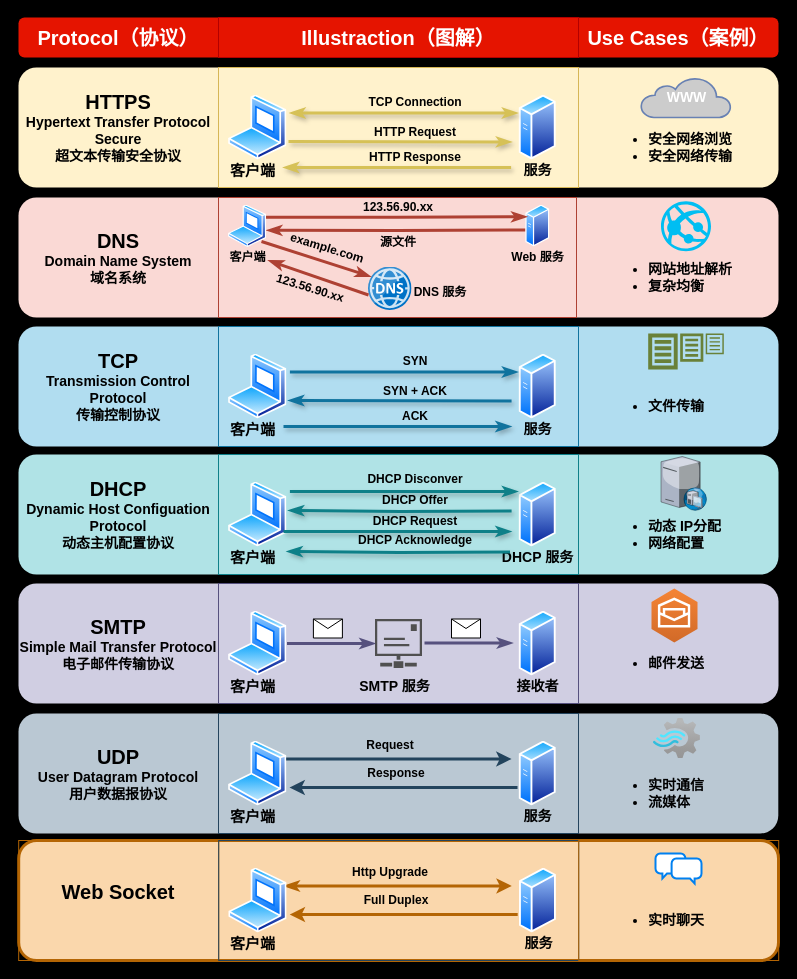
Above: networkingProtpcols.drawio in stevenlisw/drawio (draw.io), before the change. Source tidied: cells renumbered, new cells numbered last; positions are measured from the earlier drawing's top-left corner, leaving out a move shared by most shapes. Both pictures are drawn from the tidied source at 100%, with x=0, y=0 at pixel (18, 17).
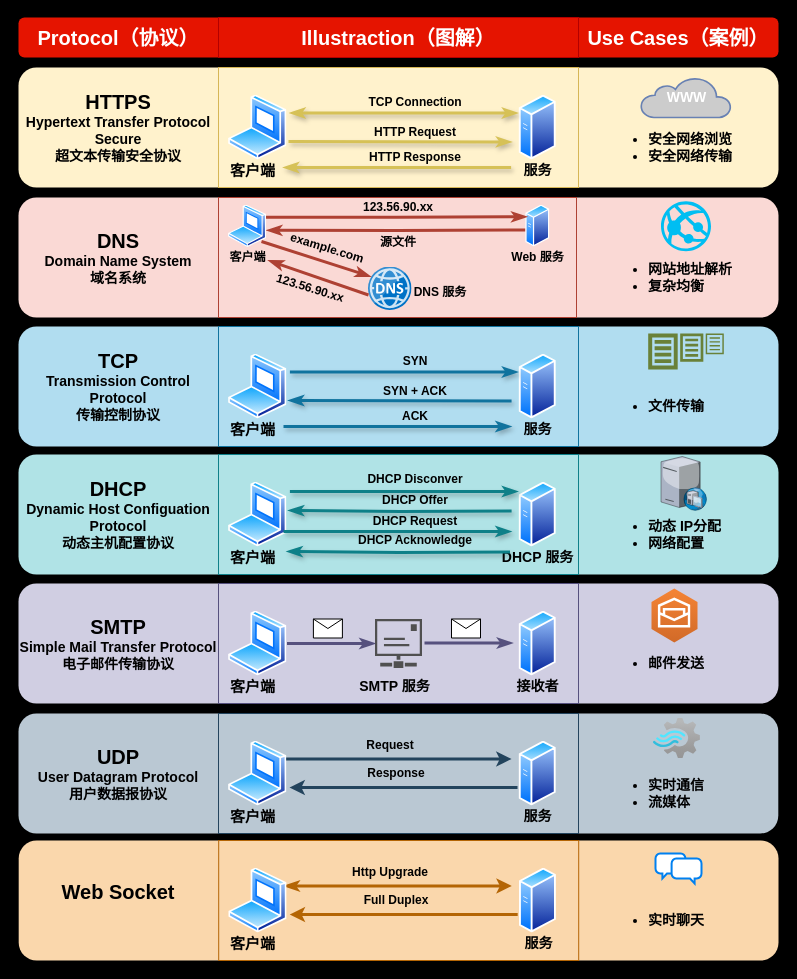
The same diagram, later.

Unchanged cells that the change refers to:
```xml
<mxCell id="114" style="shape=tableRow;horizontal=0;startSize=0;swimlaneHead=0;swimlaneBody=0;top=0;left=0;bottom=0;right=0;fontStyle=0;fillColor=none;strokeColor=inherit;" parent="113" vertex="1">
  <mxGeometry width="759.8" height="120" as="geometry" />
</mxCell>
```

Diff of the diagram source:
```diff
@@
-    <mxCell id="113" style="childLayout=tableLayout;shadow=0;fillColor=#fad7ac;strokeColor=#b46504;strokeWidth=3;rounded=1;glass=0;" parent="1" vertex="1">
+    <mxCell id="113" style="childLayout=tableLayout;shadow=0;fillColor=#fad7ac;strokeColor=none;strokeWidth=3;rounded=1;glass=0;" parent="1" vertex="1">
       <mxGeometry x="0.2" y="823" width="759.8" height="120" as="geometry" />
     </mxCell>
@@
-    <mxCell id="116" style="strokeColor=#24445d;fillColor=none;align=center;whiteSpace=wrap;html=1;strokeWidth=1;" parent="114" vertex="1">
+    <mxCell id="116" style="strokeColor=#b46505;fillColor=none;align=center;whiteSpace=wrap;html=1;strokeWidth=1;" parent="114" vertex="1">
       <mxGeometry x="200" width="360" height="120" as="geometry" />
     </mxCell>
```
